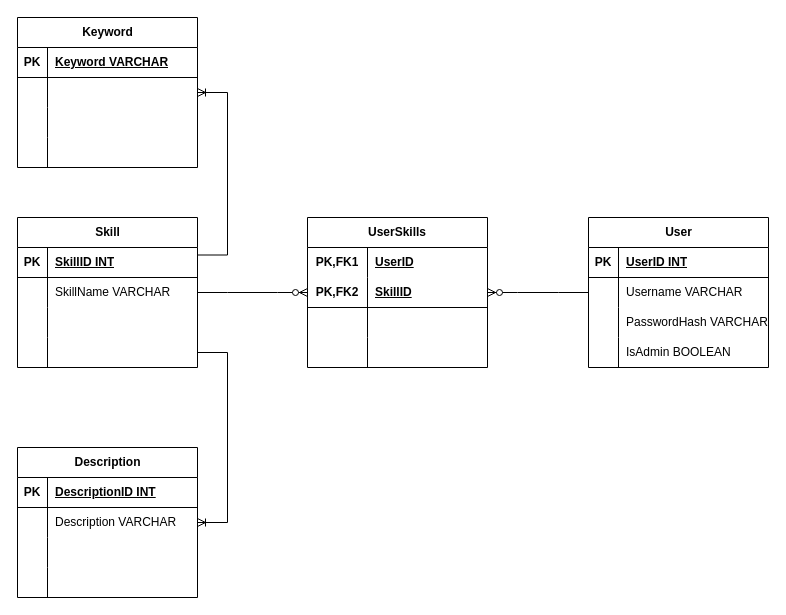
This is SkillsERD.drawio from eliresmer/Skill-Management-API, a draw.io file, before an edit. Source tidied: cells renumbered, new cells numbered last; positions are measured from the earlier drawing's top-left corner, leaving out a move shared by most shapes. Both pictures are drawn from the tidied source at 100%, with x=0, y=0 at pixel (17, 17).
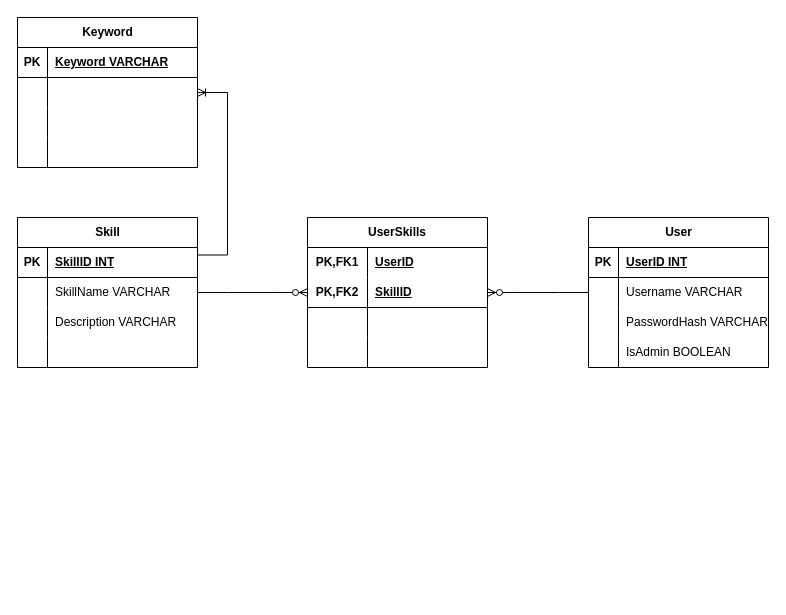
The same page after the edit.

Commit message (it also covers changes not shown here):
adding skill controller and view, updating model and ERD; description is no longer its own table

The change refers to these unchanged cells:
```xml
<mxCell id="22" style="shape=tableRow;horizontal=0;startSize=0;swimlaneHead=0;swimlaneBody=0;fillColor=none;top=0;left=0;right=0;bottom=0;" parent="15" vertex="1">
  <mxGeometry y="90" width="180" height="30" as="geometry" />
</mxCell>
<mxCell id="25" style="shape=tableRow;horizontal=0;startSize=0;swimlaneHead=0;swimlaneBody=0;fillColor=none;points=[[0,0.5],[1,0.5]];portConstraint=eastwest;top=0;left=0;right=0;bottom=0;" parent="15" vertex="1">
  <mxGeometry y="120" width="180" height="30" as="geometry" />
</mxCell>
```

Diff of the diagram source:
```diff
@@
-    <mxCell id="24" style="shape=partialRectangle;fillColor=none;top=0;left=0;bottom=0;right=0;align=left;spacingLeft=6;overflow=hidden;whiteSpace=wrap;html=1;" parent="22" vertex="1">
+    <mxCell id="24" value="Description VARCHAR" style="shape=partialRectangle;fillColor=none;top=0;left=0;bottom=0;right=0;align=left;spacingLeft=6;overflow=hidden;whiteSpace=wrap;html=1;" parent="22" vertex="1">
       <mxGeometry x="30" width="150" height="30" as="geometry" />
     </mxCell>
@@
-    <mxCell id="28" value="Description" style="shape=table;startSize=30;childLayout=tableLayout;rowLines=0;fontStyle=1;align=center;html=1;" parent="1" vertex="1">
-      <mxGeometry y="430" width="180" height="150" as="geometry" />
-    </mxCell>
-    <mxCell id="29" style="shape=tableRow;horizontal=0;startSize=0;swimlaneHead=0;swimlaneBody=0;fillColor=none;top=0;left=0;right=0;bottom=1;" parent="28" vertex="1">
-      <mxGeometry y="30" width="180" height="30" as="geometry" />
-    </mxCell>
-    <mxCell id="30" value="PK" style="shape=partialRectangle;fillColor=none;top=0;left=0;bottom=0;right=0;fontStyle=1;overflow=hidden;whiteSpace=wrap;html=1;" parent="29" vertex="1">
-      <mxGeometry width="30" height="30" as="geometry" />
-    </mxCell>
-    <mxCell id="31" value="DescriptionID INT" style="shape=partialRectangle;fillColor=none;top=0;left=0;bottom=0;right=0;align=left;spacingLeft=6;fontStyle=5;overflow=hidden;whiteSpace=wrap;html=1;" parent="29" vertex="1">
-      <mxGeometry x="30" width="150" height="30" as="geometry" />
-    </mxCell>
-    <mxCell id="32" style="shape=tableRow;horizontal=0;startSize=0;swimlaneHead=0;swimlaneBody=0;fillColor=none;points=[[0,0.5],[1,0.5]];portConstraint=eastwest;top=0;left=0;right=0;bottom=0;" parent="28" vertex="1">
-      <mxGeometry y="60" width="180" height="30" as="geometry" />
-    </mxCell>
-    <mxCell id="33" style="shape=partialRectangle;fillColor=none;top=0;left=0;bottom=0;right=0;overflow=hidden;whiteSpace=wrap;html=1;" parent="32" vertex="1">
-      <mxGeometry width="30" height="30" as="geometry" />
-    </mxCell>
-    <mxCell id="34" value="Description VARCHAR" style="shape=partialRectangle;fillColor=none;top=0;left=0;bottom=0;right=0;align=left;spacingLeft=6;overflow=hidden;whiteSpace=wrap;html=1;" parent="32" vertex="1">
-      <mxGeometry x="30" width="150" height="30" as="geometry" />
-    </mxCell>
-    <mxCell id="35" style="shape=tableRow;horizontal=0;startSize=0;swimlaneHead=0;swimlaneBody=0;fillColor=none;top=0;left=0;right=0;bottom=0;" parent="28" vertex="1">
-      <mxGeometry y="90" width="180" height="30" as="geometry" />
-    </mxCell>
-    <mxCell id="36" style="shape=partialRectangle;fillColor=none;top=0;left=0;bottom=0;right=0;overflow=hidden;whiteSpace=wrap;html=1;" parent="35" vertex="1">
-      <mxGeometry width="30" height="30" as="geometry" />
-    </mxCell>
-    <mxCell id="37" style="shape=partialRectangle;fillColor=none;top=0;left=0;bottom=0;right=0;align=left;spacingLeft=6;overflow=hidden;whiteSpace=wrap;html=1;" parent="35" vertex="1">
-      <mxGeometry x="30" width="150" height="30" as="geometry" />
-    </mxCell>
-    <mxCell id="38" style="shape=tableRow;horizontal=0;startSize=0;swimlaneHead=0;swimlaneBody=0;fillColor=none;top=0;left=0;right=0;bottom=0;" parent="28" vertex="1">
-      <mxGeometry y="120" width="180" height="30" as="geometry" />
-    </mxCell>
-    <mxCell id="39" style="shape=partialRectangle;fillColor=none;top=0;left=0;bottom=0;right=0;overflow=hidden;whiteSpace=wrap;html=1;" parent="38" vertex="1">
-      <mxGeometry width="30" height="30" as="geometry" />
-    </mxCell>
-    <mxCell id="40" style="shape=partialRectangle;fillColor=none;top=0;left=0;bottom=0;right=0;align=left;spacingLeft=6;overflow=hidden;whiteSpace=wrap;html=1;" parent="38" vertex="1">
-      <mxGeometry x="30" width="150" height="30" as="geometry" />
-    </mxCell>
@@
-    <mxCell id="56" style="edgeStyle=entityRelationEdgeStyle;fontSize=12;html=1;endArrow=ERoneToMany;rounded=0;entryX=1;entryY=0.5;entryDx=0;entryDy=0;" parent="1" edge="1" source="25" target="32">
-      <mxGeometry relative="1" as="geometry" />
-    </mxCell>
```
